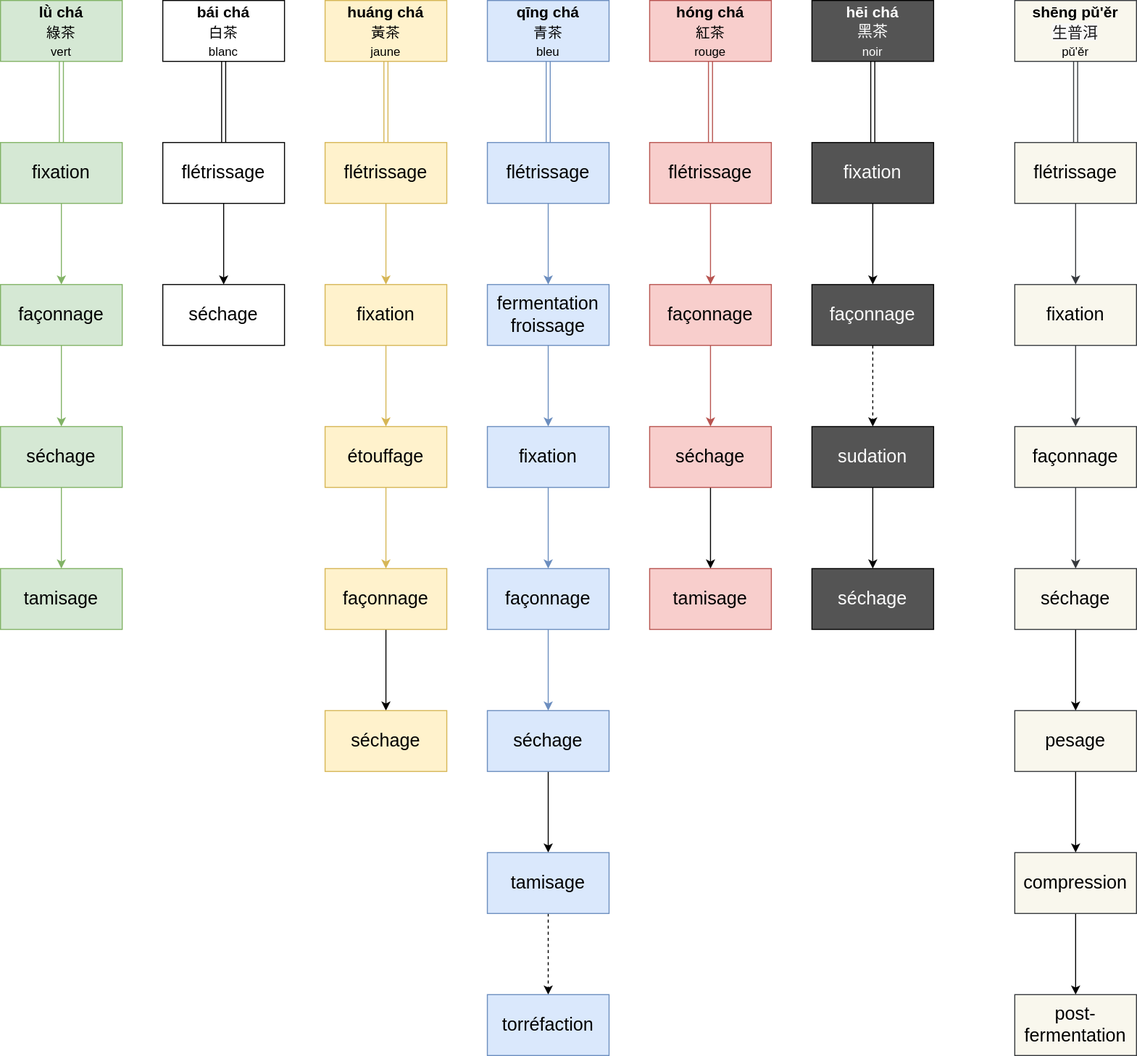
Above: _documentation/media/types-de-the.svg in oisiflorus/thedechine (draw.io), before the change. Source tidied: cells renumbered, new cells last; positions are measured from the earlier drawing's top-left corner, leaving out a move shared by most shapes.
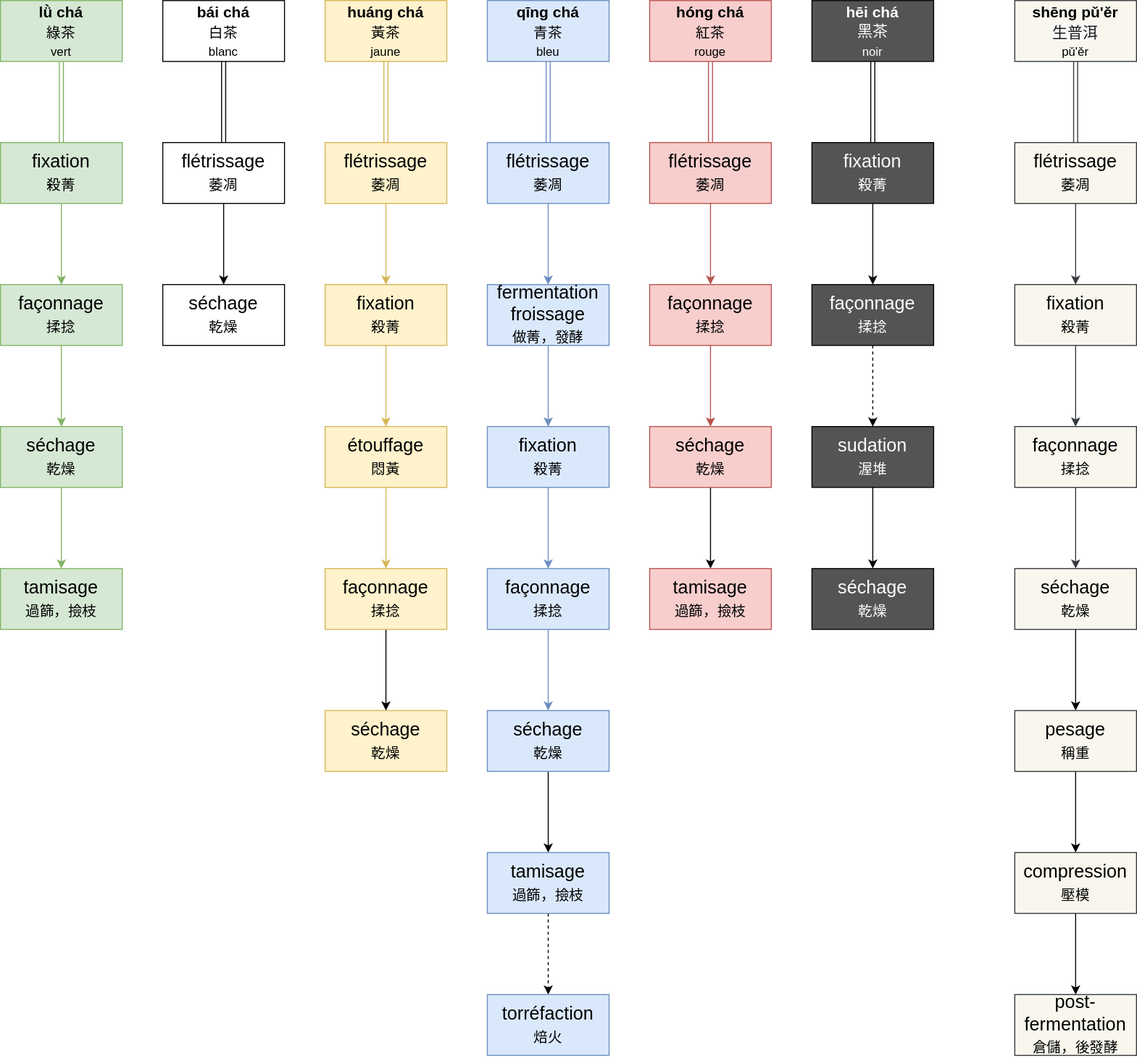
The same file after the commit.

Diff of the diagram source:
```diff
@@ -15,3 +15,3 @@
     </mxCell>
-    <mxCell id="5" value="fixation" style="rounded=0;whiteSpace=wrap;html=1;fillColor=#d5e8d4;strokeColor=#82b366;fontSize=18;" parent="1" vertex="1">
+    <mxCell id="5" value="fixation&lt;br&gt;&lt;font style=&quot;font-size: 14px&quot;&gt;殺菁&lt;/font&gt;" style="rounded=0;whiteSpace=wrap;html=1;fillColor=#d5e8d4;strokeColor=#82b366;fontSize=18;" parent="1" vertex="1">
       <mxGeometry y="140" width="120" height="60" as="geometry" />
@@ -21,6 +21,6 @@
     </mxCell>
-    <mxCell id="7" value="façonnage" style="rounded=0;whiteSpace=wrap;html=1;fillColor=#d5e8d4;strokeColor=#82b366;fontSize=18;" parent="1" vertex="1">
+    <mxCell id="7" value="façonnage&lt;br&gt;&lt;font style=&quot;font-size: 14px&quot;&gt;揉捻&lt;/font&gt;" style="rounded=0;whiteSpace=wrap;html=1;fillColor=#d5e8d4;strokeColor=#82b366;fontSize=18;" parent="1" vertex="1">
       <mxGeometry y="280" width="120" height="60" as="geometry" />
     </mxCell>
-    <mxCell id="8" value="séchage" style="rounded=0;whiteSpace=wrap;html=1;fillColor=#d5e8d4;strokeColor=#82b366;fontSize=18;" parent="1" vertex="1">
+    <mxCell id="8" value="séchage&lt;br&gt;&lt;font style=&quot;font-size: 14px&quot;&gt;乾燥&lt;/font&gt;" style="rounded=0;whiteSpace=wrap;html=1;fillColor=#d5e8d4;strokeColor=#82b366;fontSize=18;" parent="1" vertex="1">
       <mxGeometry y="420" width="120" height="60" as="geometry" />
@@ -36,6 +36,6 @@
     </mxCell>
-    <mxCell id="12" value="flétrissage" style="rounded=0;whiteSpace=wrap;html=1;fontSize=18;" parent="1" vertex="1">
+    <mxCell id="12" value="flétrissage&lt;br&gt;&lt;font style=&quot;font-size: 14px&quot;&gt;萎凋&lt;/font&gt;" style="rounded=0;whiteSpace=wrap;html=1;fontSize=18;" parent="1" vertex="1">
       <mxGeometry x="160" y="140" width="120" height="60" as="geometry" />
     </mxCell>
-    <mxCell id="13" value="séchage" style="rounded=0;whiteSpace=wrap;html=1;fontSize=18;" parent="1" vertex="1">
+    <mxCell id="13" value="séchage&lt;br&gt;&lt;font style=&quot;font-size: 14px&quot;&gt;乾燥&lt;/font&gt;" style="rounded=0;whiteSpace=wrap;html=1;fontSize=18;" parent="1" vertex="1">
       <mxGeometry x="160" y="280" width="120" height="60" as="geometry" />
@@ -51,3 +51,3 @@
     </mxCell>
-    <mxCell id="17" value="flétrissage" style="rounded=0;whiteSpace=wrap;html=1;fillColor=#fff2cc;strokeColor=#d6b656;fontSize=18;" parent="1" vertex="1">
+    <mxCell id="17" value="flétrissage&lt;br&gt;&lt;font style=&quot;font-size: 14px&quot;&gt;萎凋&lt;/font&gt;" style="rounded=0;whiteSpace=wrap;html=1;fillColor=#fff2cc;strokeColor=#d6b656;fontSize=18;" parent="1" vertex="1">
       <mxGeometry x="320" y="140" width="120" height="60" as="geometry" />
@@ -57,3 +57,3 @@
     </mxCell>
-    <mxCell id="19" value="fixation" style="rounded=0;whiteSpace=wrap;html=1;fillColor=#fff2cc;strokeColor=#d6b656;fontSize=18;" parent="1" vertex="1">
+    <mxCell id="19" value="fixation&lt;br&gt;&lt;font style=&quot;font-size: 14px&quot;&gt;殺菁&lt;/font&gt;" style="rounded=0;whiteSpace=wrap;html=1;fillColor=#fff2cc;strokeColor=#d6b656;fontSize=18;" parent="1" vertex="1">
       <mxGeometry x="320" y="280" width="120" height="60" as="geometry" />
@@ -63,3 +63,3 @@
     </mxCell>
-    <mxCell id="21" value="étouffage" style="rounded=0;whiteSpace=wrap;html=1;fillColor=#fff2cc;strokeColor=#d6b656;fontSize=18;" parent="1" vertex="1">
+    <mxCell id="21" value="étouffage&lt;br&gt;&lt;font style=&quot;font-size: 14px&quot;&gt;悶黃&lt;/font&gt;" style="rounded=0;whiteSpace=wrap;html=1;fillColor=#fff2cc;strokeColor=#d6b656;fontSize=18;" parent="1" vertex="1">
       <mxGeometry x="320" y="420" width="120" height="60" as="geometry" />
@@ -69,6 +69,6 @@
     </mxCell>
-    <mxCell id="23" value="façonnage" style="rounded=0;whiteSpace=wrap;html=1;fillColor=#fff2cc;strokeColor=#d6b656;fontSize=18;" parent="1" vertex="1">
+    <mxCell id="23" value="façonnage&lt;br&gt;&lt;font style=&quot;font-size: 14px&quot;&gt;揉捻&lt;/font&gt;" style="rounded=0;whiteSpace=wrap;html=1;fillColor=#fff2cc;strokeColor=#d6b656;fontSize=18;" parent="1" vertex="1">
       <mxGeometry x="320" y="560" width="120" height="60" as="geometry" />
     </mxCell>
-    <mxCell id="24" value="séchage" style="rounded=0;whiteSpace=wrap;html=1;fillColor=#fff2cc;strokeColor=#d6b656;fontSize=18;" parent="1" vertex="1">
+    <mxCell id="24" value="séchage&lt;br&gt;&lt;font style=&quot;font-size: 14px&quot;&gt;乾燥&lt;/font&gt;" style="rounded=0;whiteSpace=wrap;html=1;fillColor=#fff2cc;strokeColor=#d6b656;fontSize=18;" parent="1" vertex="1">
       <mxGeometry x="320" y="700" width="120" height="60" as="geometry" />
@@ -84,3 +84,3 @@
     </mxCell>
-    <mxCell id="28" value="flétrissage" style="rounded=0;whiteSpace=wrap;html=1;fillColor=#dae8fc;strokeColor=#6c8ebf;fontSize=18;" parent="1" vertex="1">
+    <mxCell id="28" value="flétrissage&lt;br&gt;&lt;font style=&quot;font-size: 14px&quot;&gt;萎凋&lt;/font&gt;" style="rounded=0;whiteSpace=wrap;html=1;fillColor=#dae8fc;strokeColor=#6c8ebf;fontSize=18;" parent="1" vertex="1">
       <mxGeometry x="480" y="140" width="120" height="60" as="geometry" />
@@ -90,3 +90,3 @@
     </mxCell>
-    <mxCell id="30" value="fermentation&lt;br&gt;froissage" style="rounded=0;whiteSpace=wrap;html=1;fillColor=#dae8fc;strokeColor=#6c8ebf;fontSize=18;" parent="1" vertex="1">
+    <mxCell id="30" value="fermentation&lt;br&gt;froissage&lt;br&gt;&lt;font style=&quot;font-size: 14px&quot;&gt;做菁，發酵&lt;/font&gt;" style="rounded=0;whiteSpace=wrap;html=1;fillColor=#dae8fc;strokeColor=#6c8ebf;fontSize=18;" parent="1" vertex="1">
       <mxGeometry x="480" y="280" width="120" height="60" as="geometry" />
@@ -96,3 +96,3 @@
     </mxCell>
-    <mxCell id="32" value="fixation" style="rounded=0;whiteSpace=wrap;html=1;fillColor=#dae8fc;strokeColor=#6c8ebf;fontSize=18;" parent="1" vertex="1">
+    <mxCell id="32" value="fixation&lt;br&gt;&lt;font style=&quot;font-size: 14px&quot;&gt;殺菁&lt;/font&gt;" style="rounded=0;whiteSpace=wrap;html=1;fillColor=#dae8fc;strokeColor=#6c8ebf;fontSize=18;" parent="1" vertex="1">
       <mxGeometry x="480" y="420" width="120" height="60" as="geometry" />
@@ -102,3 +102,3 @@
     </mxCell>
-    <mxCell id="34" value="façonnage" style="rounded=0;whiteSpace=wrap;html=1;fillColor=#dae8fc;strokeColor=#6c8ebf;fontSize=18;" parent="1" vertex="1">
+    <mxCell id="34" value="façonnage&lt;br&gt;&lt;font style=&quot;font-size: 14px&quot;&gt;揉捻&lt;/font&gt;" style="rounded=0;whiteSpace=wrap;html=1;fillColor=#dae8fc;strokeColor=#6c8ebf;fontSize=18;" parent="1" vertex="1">
       <mxGeometry x="480" y="560" width="120" height="60" as="geometry" />
@@ -108,3 +108,3 @@
     </mxCell>
-    <mxCell id="36" value="séchage" style="rounded=0;whiteSpace=wrap;html=1;fillColor=#dae8fc;strokeColor=#6c8ebf;fontSize=18;" parent="1" vertex="1">
+    <mxCell id="36" value="séchage&lt;br&gt;&lt;font style=&quot;font-size: 14px&quot;&gt;乾燥&lt;/font&gt;" style="rounded=0;whiteSpace=wrap;html=1;fillColor=#dae8fc;strokeColor=#6c8ebf;fontSize=18;" parent="1" vertex="1">
       <mxGeometry x="480" y="700" width="120" height="60" as="geometry" />
@@ -114,6 +114,6 @@
     </mxCell>
-    <mxCell id="38" value="tamisage" style="rounded=0;whiteSpace=wrap;html=1;fillColor=#dae8fc;strokeColor=#6c8ebf;fontSize=18;" parent="1" vertex="1">
+    <mxCell id="38" value="tamisage&lt;br&gt;&lt;font style=&quot;font-size: 14px&quot;&gt;過篩，撿枝&lt;/font&gt;" style="rounded=0;whiteSpace=wrap;html=1;fillColor=#dae8fc;strokeColor=#6c8ebf;fontSize=18;" parent="1" vertex="1">
       <mxGeometry x="480" y="840" width="120" height="60" as="geometry" />
     </mxCell>
-    <mxCell id="39" value="torréfaction" style="rounded=0;whiteSpace=wrap;html=1;fillColor=#dae8fc;strokeColor=#6c8ebf;fontSize=18;" parent="1" vertex="1">
+    <mxCell id="39" value="torréfaction&lt;br&gt;&lt;font style=&quot;font-size: 14px&quot;&gt;焙火&lt;/font&gt;" style="rounded=0;whiteSpace=wrap;html=1;fillColor=#dae8fc;strokeColor=#6c8ebf;fontSize=18;" parent="1" vertex="1">
       <mxGeometry x="480" y="980" width="120" height="60" as="geometry" />
@@ -131,3 +131,3 @@
     </mxCell>
-    <mxCell id="43" value="flétrissage" style="rounded=0;whiteSpace=wrap;html=1;fillColor=#f8cecc;strokeColor=#b85450;fontSize=18;" parent="1" vertex="1">
+    <mxCell id="43" value="flétrissage&lt;br&gt;&lt;font style=&quot;font-size: 14px&quot;&gt;萎凋&lt;/font&gt;" style="rounded=0;whiteSpace=wrap;html=1;fillColor=#f8cecc;strokeColor=#b85450;fontSize=18;" parent="1" vertex="1">
       <mxGeometry x="640" y="140" width="120" height="60" as="geometry" />
@@ -137,3 +137,3 @@
     </mxCell>
-    <mxCell id="45" value="façonnage" style="rounded=0;whiteSpace=wrap;html=1;fillColor=#f8cecc;strokeColor=#b85450;fontSize=18;" parent="1" vertex="1">
+    <mxCell id="45" value="façonnage&lt;br&gt;&lt;font style=&quot;font-size: 14px&quot;&gt;揉捻&lt;/font&gt;" style="rounded=0;whiteSpace=wrap;html=1;fillColor=#f8cecc;strokeColor=#b85450;fontSize=18;" parent="1" vertex="1">
       <mxGeometry x="640" y="280" width="120" height="60" as="geometry" />
@@ -143,6 +143,6 @@
     </mxCell>
-    <mxCell id="47" value="séchage" style="rounded=0;whiteSpace=wrap;html=1;fillColor=#f8cecc;strokeColor=#b85450;fontSize=18;" parent="1" vertex="1">
+    <mxCell id="47" value="séchage&lt;br&gt;&lt;font style=&quot;font-size: 14px&quot;&gt;乾燥&lt;/font&gt;" style="rounded=0;whiteSpace=wrap;html=1;fillColor=#f8cecc;strokeColor=#b85450;fontSize=18;" parent="1" vertex="1">
       <mxGeometry x="640" y="420" width="120" height="60" as="geometry" />
     </mxCell>
-    <mxCell id="48" value="tamisage" style="rounded=0;whiteSpace=wrap;html=1;fillColor=#f8cecc;strokeColor=#b85450;fontSize=18;" parent="1" vertex="1">
+    <mxCell id="48" value="tamisage&lt;br&gt;&lt;font style=&quot;font-size: 14px&quot;&gt;過篩，撿枝&lt;/font&gt;" style="rounded=0;whiteSpace=wrap;html=1;fillColor=#f8cecc;strokeColor=#b85450;fontSize=18;" parent="1" vertex="1">
       <mxGeometry x="640" y="560" width="120" height="60" as="geometry" />
@@ -160,3 +160,3 @@
     </mxCell>
-    <mxCell id="52" value="fixation" style="rounded=0;whiteSpace=wrap;html=1;fillColor=#545454;fontColor=#FCFCFC;fontSize=18;" parent="1" vertex="1">
+    <mxCell id="52" value="fixation&lt;br&gt;&lt;font style=&quot;font-size: 14px&quot;&gt;殺菁&lt;/font&gt;" style="rounded=0;whiteSpace=wrap;html=1;fillColor=#545454;fontColor=#FCFCFC;fontSize=18;" parent="1" vertex="1">
       <mxGeometry x="800" y="140" width="120" height="60" as="geometry" />
@@ -166,3 +166,3 @@
     </mxCell>
-    <mxCell id="54" value="façonnage" style="rounded=0;whiteSpace=wrap;html=1;fillColor=#545454;fontColor=#FCFCFC;fontSize=18;" parent="1" vertex="1">
+    <mxCell id="54" value="façonnage&lt;br&gt;&lt;font style=&quot;font-size: 14px&quot;&gt;揉捻&lt;/font&gt;" style="rounded=0;whiteSpace=wrap;html=1;fillColor=#545454;fontColor=#FCFCFC;fontSize=18;" parent="1" vertex="1">
       <mxGeometry x="800" y="280" width="120" height="60" as="geometry" />
@@ -172,6 +172,6 @@
     </mxCell>
-    <mxCell id="56" value="sudation" style="rounded=0;whiteSpace=wrap;html=1;fillColor=#545454;fontColor=#FCFCFC;fontSize=18;" parent="1" vertex="1">
+    <mxCell id="56" value="sudation&lt;br&gt;&lt;font style=&quot;font-size: 14px&quot;&gt;渥堆&lt;/font&gt;" style="rounded=0;whiteSpace=wrap;html=1;fillColor=#545454;fontColor=#FCFCFC;fontSize=18;" parent="1" vertex="1">
       <mxGeometry x="800" y="420" width="120" height="60" as="geometry" />
     </mxCell>
-    <mxCell id="57" value="séchage" style="rounded=0;whiteSpace=wrap;html=1;fillColor=#545454;fontColor=#FCFCFC;fontSize=18;" parent="1" vertex="1">
+    <mxCell id="57" value="séchage&lt;br&gt;&lt;font style=&quot;font-size: 14px&quot;&gt;乾燥&lt;/font&gt;" style="rounded=0;whiteSpace=wrap;html=1;fillColor=#545454;fontColor=#FCFCFC;fontSize=18;" parent="1" vertex="1">
       <mxGeometry x="800" y="560" width="120" height="60" as="geometry" />
@@ -184,3 +184,3 @@
     </mxCell>
-    <mxCell id="60" value="flétrissage" style="rounded=0;whiteSpace=wrap;html=1;fillColor=#f9f7ed;strokeColor=#36393d;fontSize=18;" parent="1" vertex="1">
+    <mxCell id="60" value="flétrissage&lt;br&gt;&lt;font style=&quot;font-size: 14px&quot;&gt;萎凋&lt;/font&gt;" style="rounded=0;whiteSpace=wrap;html=1;fillColor=#f9f7ed;strokeColor=#36393d;fontSize=18;" parent="1" vertex="1">
       <mxGeometry x="1000" y="140" width="120" height="60" as="geometry" />
@@ -195,3 +195,3 @@
     </mxCell>
-    <mxCell id="63" value="fixation" style="rounded=0;whiteSpace=wrap;html=1;fillColor=#f9f7ed;strokeColor=#36393d;fontSize=18;" parent="1" vertex="1">
+    <mxCell id="63" value="fixation&lt;br&gt;&lt;font style=&quot;font-size: 14px&quot;&gt;殺菁&lt;/font&gt;" style="rounded=0;whiteSpace=wrap;html=1;fillColor=#f9f7ed;strokeColor=#36393d;fontSize=18;" parent="1" vertex="1">
       <mxGeometry x="1000" y="280" width="120" height="60" as="geometry" />
@@ -201,3 +201,3 @@
     </mxCell>
-    <mxCell id="65" value="façonnage" style="rounded=0;whiteSpace=wrap;html=1;fillColor=#f9f7ed;strokeColor=#36393d;fontSize=18;" parent="1" vertex="1">
+    <mxCell id="65" value="façonnage&lt;br&gt;&lt;font style=&quot;font-size: 14px&quot;&gt;揉捻&lt;/font&gt;" style="rounded=0;whiteSpace=wrap;html=1;fillColor=#f9f7ed;strokeColor=#36393d;fontSize=18;" parent="1" vertex="1">
       <mxGeometry x="1000" y="420" width="120" height="60" as="geometry" />
@@ -207,3 +207,3 @@
     </mxCell>
-    <mxCell id="67" value="séchage" style="rounded=0;whiteSpace=wrap;html=1;fillColor=#f9f7ed;strokeColor=#36393d;fontSize=18;" parent="1" vertex="1">
+    <mxCell id="67" value="séchage&lt;br&gt;&lt;font style=&quot;font-size: 14px&quot;&gt;乾燥&lt;/font&gt;" style="rounded=0;whiteSpace=wrap;html=1;fillColor=#f9f7ed;strokeColor=#36393d;fontSize=18;" parent="1" vertex="1">
       <mxGeometry x="1000" y="560" width="120" height="60" as="geometry" />
@@ -213,3 +213,3 @@
     </mxCell>
-    <mxCell id="69" value="pesage" style="rounded=0;whiteSpace=wrap;html=1;fillColor=#f9f7ed;strokeColor=#36393d;fontSize=18;" parent="1" vertex="1">
+    <mxCell id="69" value="pesage&lt;br&gt;&lt;font style=&quot;font-size: 14px&quot;&gt;稱重&lt;/font&gt;" style="rounded=0;whiteSpace=wrap;html=1;fillColor=#f9f7ed;strokeColor=#36393d;fontSize=18;" parent="1" vertex="1">
       <mxGeometry x="1000" y="700" width="120" height="60" as="geometry" />
@@ -219,6 +219,6 @@
     </mxCell>
-    <mxCell id="71" value="compression" style="rounded=0;whiteSpace=wrap;html=1;fillColor=#f9f7ed;strokeColor=#36393d;fontSize=18;" parent="1" vertex="1">
+    <mxCell id="71" value="compression&lt;br&gt;&lt;font style=&quot;font-size: 14px&quot;&gt;壓模&lt;/font&gt;" style="rounded=0;whiteSpace=wrap;html=1;fillColor=#f9f7ed;strokeColor=#36393d;fontSize=18;" parent="1" vertex="1">
       <mxGeometry x="1000" y="840" width="120" height="60" as="geometry" />
     </mxCell>
-    <mxCell id="72" value="post-fermentation" style="rounded=0;whiteSpace=wrap;html=1;fillColor=#f9f7ed;strokeColor=#36393d;fontSize=18;" parent="1" vertex="1">
+    <mxCell id="72" value="post-fermentation&lt;br&gt;&lt;font style=&quot;font-size: 14px&quot;&gt;倉儲，後發酵&lt;/font&gt;" style="rounded=0;whiteSpace=wrap;html=1;fillColor=#f9f7ed;strokeColor=#36393d;fontSize=18;" parent="1" vertex="1">
       <mxGeometry x="1000" y="980" width="120" height="60" as="geometry" />
@@ -230,3 +230,3 @@
     </mxCell>
-    <mxCell id="74" value="tamisage" style="rounded=0;whiteSpace=wrap;html=1;fillColor=#d5e8d4;strokeColor=#82b366;fontSize=18;" parent="1" vertex="1">
+    <mxCell id="74" value="tamisage&lt;br&gt;&lt;font style=&quot;font-size: 14px&quot;&gt;過篩，撿枝&lt;/font&gt;" style="rounded=0;whiteSpace=wrap;html=1;fillColor=#d5e8d4;strokeColor=#82b366;fontSize=18;" parent="1" vertex="1">
       <mxGeometry y="560" width="120" height="60" as="geometry" />
```
